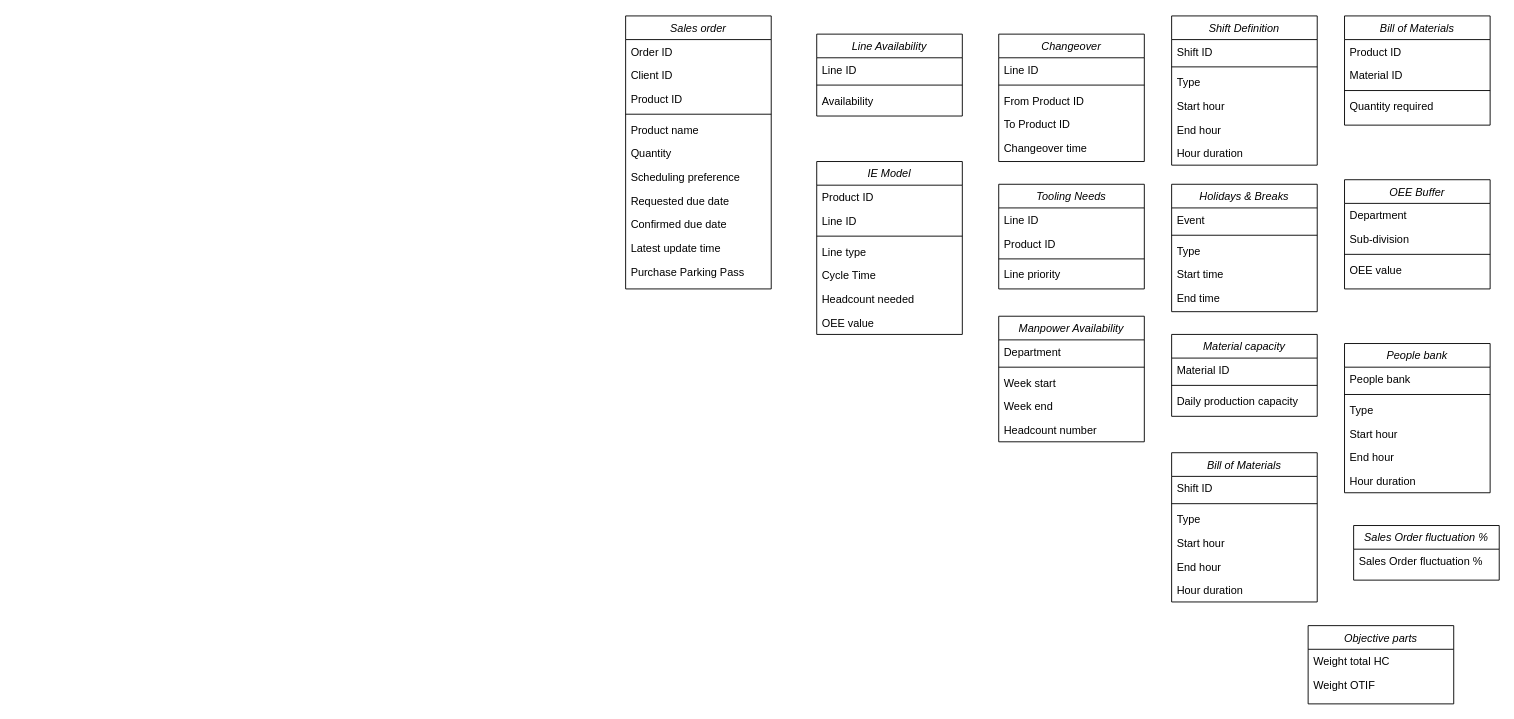
This is mpo_data_model.drawio from zxpeter/LeetCode, a draw.io file, before an edit. Source tidied: cells renumbered, new cells numbered last; positions are measured from the earlier drawing's top-left corner, leaving out a move shared by most shapes. Both pictures are drawn from the tidied source at 91%, with x=0, y=0 at pixel (625, 15).
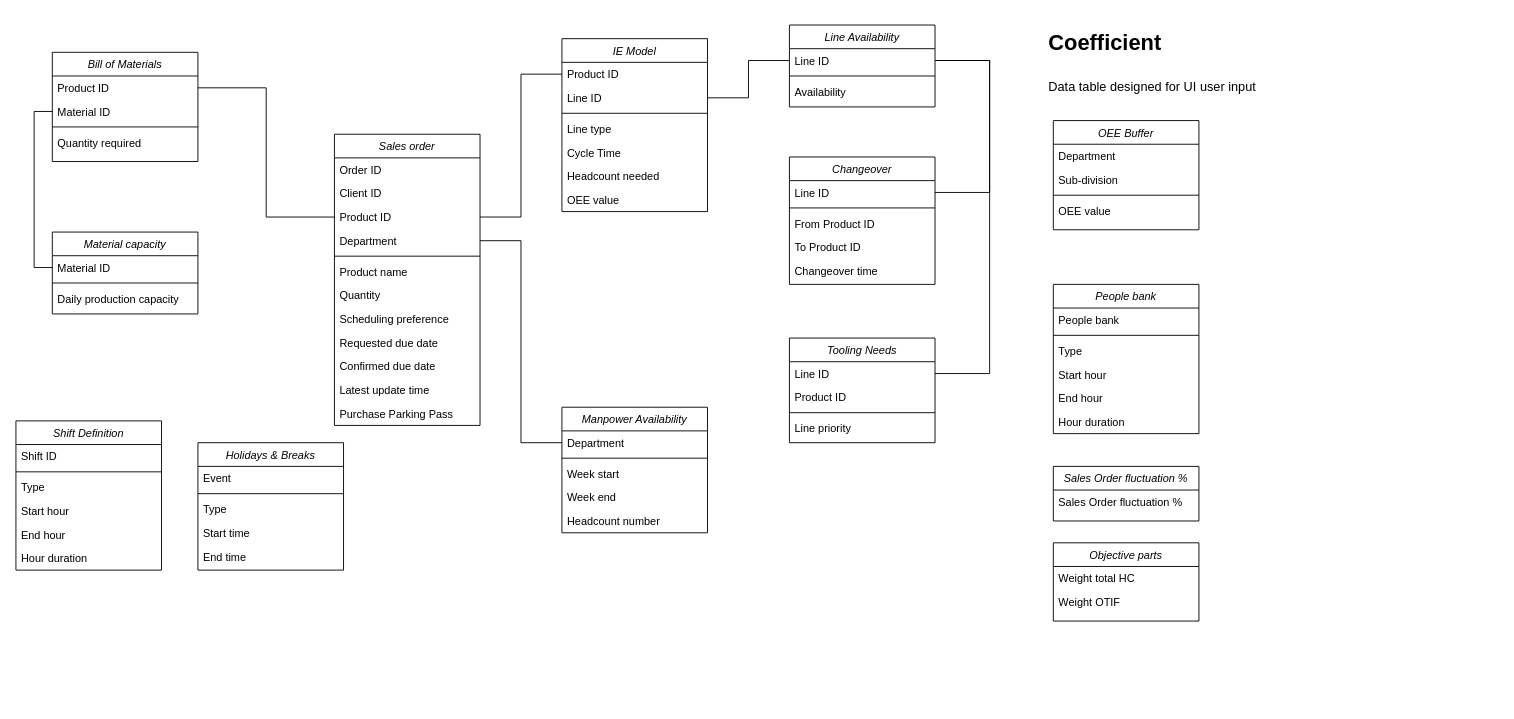
The same diagram, later.

Unchanged cells that the change refers to:
```xml
<mxCell id="15" value="Line ID" style="text;align=left;verticalAlign=top;spacingLeft=4;spacingRight=4;overflow=hidden;points=[[0,0.5],[1,0.5]];portConstraint=eastwest;" parent="14" vertex="1">
  <mxGeometry y="26" width="160" height="26" as="geometry" />
</mxCell>
<mxCell id="19" value="Product ID" style="text;align=left;verticalAlign=top;spacingLeft=4;spacingRight=4;overflow=hidden;points=[[0,0.5],[1,0.5]];portConstraint=eastwest;" parent="18" vertex="1">
  <mxGeometry y="26" width="160" height="26" as="geometry" />
</mxCell>
<mxCell id="20" value="Line ID" style="text;align=left;verticalAlign=top;spacingLeft=4;spacingRight=4;overflow=hidden;points=[[0,0.5],[1,0.5]];portConstraint=eastwest;" parent="18" vertex="1">
  <mxGeometry y="52" width="160" height="26" as="geometry" />
</mxCell>
<mxCell id="27" value="Line ID" style="text;align=left;verticalAlign=top;spacingLeft=4;spacingRight=4;overflow=hidden;points=[[0,0.5],[1,0.5]];portConstraint=eastwest;" parent="26" vertex="1">
  <mxGeometry y="26" width="160" height="26" as="geometry" />
</mxCell>
<mxCell id="33" value="Line ID" style="text;align=left;verticalAlign=top;spacingLeft=4;spacingRight=4;overflow=hidden;points=[[0,0.5],[1,0.5]];portConstraint=eastwest;" parent="32" vertex="1">
  <mxGeometry y="26" width="160" height="26" as="geometry" />
</mxCell>
<mxCell id="38" value="Department" style="text;align=left;verticalAlign=top;spacingLeft=4;spacingRight=4;overflow=hidden;points=[[0,0.5],[1,0.5]];portConstraint=eastwest;" parent="37" vertex="1">
  <mxGeometry y="26" width="160" height="26" as="geometry" />
</mxCell>
<mxCell id="57" value="Material ID" style="text;align=left;verticalAlign=top;spacingLeft=4;spacingRight=4;overflow=hidden;points=[[0,0.5],[1,0.5]];portConstraint=eastwest;" parent="56" vertex="1">
  <mxGeometry y="26" width="160" height="26" as="geometry" />
</mxCell>
<mxCell id="61" value="Product ID" style="text;align=left;verticalAlign=top;spacingLeft=4;spacingRight=4;overflow=hidden;points=[[0,0.5],[1,0.5]];portConstraint=eastwest;" parent="60" vertex="1">
  <mxGeometry y="26" width="160" height="26" as="geometry" />
</mxCell>
<mxCell id="62" value="Material ID" style="text;align=left;verticalAlign=top;spacingLeft=4;spacingRight=4;overflow=hidden;points=[[0,0.5],[1,0.5]];portConstraint=eastwest;" parent="60" vertex="1">
  <mxGeometry y="52" width="160" height="26" as="geometry" />
</mxCell>
```

What changed in the source:
```diff
@@
     <mxCell id="2" value="Sales order" style="swimlane;fontStyle=2;align=center;verticalAlign=top;horizontal=1;startSize=26;rounded=0;shadow=0;strokeWidth=1;" parent="1" vertex="1">
-      <mxGeometry width="160" height="300" as="geometry" />
+      <mxGeometry x="-320" y="130" width="160" height="320" as="geometry" />
     </mxCell>
@@
+    <mxCell id="89" value="Product ID" style="text;align=left;verticalAlign=top;spacingLeft=4;spacingRight=4;overflow=hidden;points=[[0,0.5],[1,0.5]];portConstraint=eastwest;rounded=0;shadow=0;html=0;" parent="2" vertex="1">
+      <mxGeometry y="78" width="160" height="26" as="geometry" />
+    </mxCell>
-    <mxCell id="5" value="Product ID" style="text;align=left;verticalAlign=top;spacingLeft=4;spacingRight=4;overflow=hidden;points=[[0,0.5],[1,0.5]];portConstraint=eastwest;rounded=0;shadow=0;html=0;" parent="2" vertex="1">
-      <mxGeometry y="78" width="160" height="26" as="geometry" />
+    <mxCell id="5" value="Department" style="text;align=left;verticalAlign=top;spacingLeft=4;spacingRight=4;overflow=hidden;points=[[0,0.5],[1,0.5]];portConstraint=eastwest;rounded=0;shadow=0;html=0;" parent="2" vertex="1">
+      <mxGeometry y="104" width="160" height="26" as="geometry" />
     </mxCell>
     <mxCell id="6" style="line;html=1;strokeWidth=1;align=left;verticalAlign=middle;spacingTop=-1;spacingLeft=3;spacingRight=3;labelPosition=right;" parent="2" vertex="1">
-      <mxGeometry y="104" width="160" height="8" as="geometry" />
+      <mxGeometry y="130" width="160" height="8" as="geometry" />
     </mxCell>
     <mxCell id="7" value="Product name" style="text;align=left;verticalAlign=top;spacingLeft=4;spacingRight=4;overflow=hidden;rounded=0;shadow=0;html=0;" parent="2" vertex="1">
-      <mxGeometry y="112" width="160" height="26" as="geometry" />
+      <mxGeometry y="138" width="160" height="26" as="geometry" />
     </mxCell>
     <mxCell id="8" value="Quantity" style="text;align=left;verticalAlign=top;spacingLeft=4;spacingRight=4;overflow=hidden;rounded=0;shadow=0;html=0;" parent="2" vertex="1">
-      <mxGeometry y="138" width="160" height="26" as="geometry" />
+      <mxGeometry y="164" width="160" height="26" as="geometry" />
     </mxCell>
     <mxCell id="9" value="Scheduling preference" style="text;align=left;verticalAlign=top;spacingLeft=4;spacingRight=4;overflow=hidden;rounded=0;shadow=0;html=0;" parent="2" vertex="1">
-      <mxGeometry y="164" width="160" height="26" as="geometry" />
+      <mxGeometry y="190" width="160" height="26" as="geometry" />
     </mxCell>
     <mxCell id="10" value="Requested due date" style="text;align=left;verticalAlign=top;spacingLeft=4;spacingRight=4;overflow=hidden;rounded=0;shadow=0;html=0;" parent="2" vertex="1">
-      <mxGeometry y="190" width="160" height="26" as="geometry" />
+      <mxGeometry y="216" width="160" height="26" as="geometry" />
     </mxCell>
     <mxCell id="11" value="Confirmed due date" style="text;align=left;verticalAlign=top;spacingLeft=4;spacingRight=4;overflow=hidden;rounded=0;shadow=0;html=0;" parent="2" vertex="1">
-      <mxGeometry y="216" width="160" height="26" as="geometry" />
+      <mxGeometry y="242" width="160" height="26" as="geometry" />
     </mxCell>
     <mxCell id="12" value="Latest update time" style="text;align=left;verticalAlign=top;spacingLeft=4;spacingRight=4;overflow=hidden;rounded=0;shadow=0;html=0;" parent="2" vertex="1">
-      <mxGeometry y="242" width="160" height="26" as="geometry" />
+      <mxGeometry y="268" width="160" height="26" as="geometry" />
     </mxCell>
     <mxCell id="13" value="Purchase Parking Pass" style="text;align=left;verticalAlign=top;spacingLeft=4;spacingRight=4;overflow=hidden;" parent="2" vertex="1">
-      <mxGeometry y="268" width="160" height="26" as="geometry" />
+      <mxGeometry y="294" width="160" height="26" as="geometry" />
     </mxCell>
     <mxCell id="14" value="Line Availability" style="swimlane;fontStyle=2;align=center;verticalAlign=top;horizontal=1;startSize=26;rounded=0;shadow=0;strokeWidth=1;" parent="1" vertex="1">
-      <mxGeometry x="210" y="20" width="160" height="90" as="geometry" />
+      <mxGeometry x="180" y="10" width="160" height="90" as="geometry" />
     </mxCell>
@@
     <mxCell id="18" value="IE Model" style="swimlane;fontStyle=2;align=center;verticalAlign=top;horizontal=1;startSize=26;rounded=0;shadow=0;strokeWidth=1;" parent="1" vertex="1">
-      <mxGeometry x="210" y="160" width="160" height="190" as="geometry" />
+      <mxGeometry x="-70" y="25" width="160" height="190" as="geometry" />
     </mxCell>
@@
     <mxCell id="26" value="Changeover" style="swimlane;fontStyle=2;align=center;verticalAlign=top;horizontal=1;startSize=26;rounded=0;shadow=0;strokeWidth=1;" parent="1" vertex="1">
-      <mxGeometry x="410" y="20" width="160" height="140" as="geometry" />
+      <mxGeometry x="180" y="155" width="160" height="140" as="geometry" />
     </mxCell>
@@
     <mxCell id="32" value="Tooling Needs" style="swimlane;fontStyle=2;align=center;verticalAlign=top;horizontal=1;startSize=26;rounded=0;shadow=0;strokeWidth=1;" parent="1" vertex="1">
-      <mxGeometry x="410" y="185" width="160" height="115" as="geometry" />
+      <mxGeometry x="180" y="354" width="160" height="115" as="geometry" />
     </mxCell>
@@
     <mxCell id="37" value="Manpower Availability" style="swimlane;fontStyle=2;align=center;verticalAlign=top;horizontal=1;startSize=26;rounded=0;shadow=0;strokeWidth=1;" parent="1" vertex="1">
-      <mxGeometry x="410" y="330" width="160" height="138" as="geometry" />
+      <mxGeometry x="-70" y="430" width="160" height="138" as="geometry" />
     </mxCell>
@@
     <mxCell id="43" value="Shift Definition" style="swimlane;fontStyle=2;align=center;verticalAlign=top;horizontal=1;startSize=26;rounded=0;shadow=0;strokeWidth=1;" parent="1" vertex="1">
-      <mxGeometry x="600" width="160" height="164" as="geometry" />
+      <mxGeometry x="-670" y="445" width="160" height="164" as="geometry" />
     </mxCell>
@@
     <mxCell id="50" value="Holidays &amp; Breaks" style="swimlane;fontStyle=2;align=center;verticalAlign=top;horizontal=1;startSize=26;rounded=0;shadow=0;strokeWidth=1;" parent="1" vertex="1">
-      <mxGeometry x="600" y="185" width="160" height="140" as="geometry" />
+      <mxGeometry x="-470" y="469" width="160" height="140" as="geometry" />
     </mxCell>
@@
     <mxCell id="56" value="Material capacity" style="swimlane;fontStyle=2;align=center;verticalAlign=top;horizontal=1;startSize=26;rounded=0;shadow=0;strokeWidth=1;" parent="1" vertex="1">
-      <mxGeometry x="600" y="350" width="160" height="90" as="geometry" />
+      <mxGeometry x="-630" y="237.5" width="160" height="90" as="geometry" />
     </mxCell>
@@
     <mxCell id="60" value="Bill of Materials" style="swimlane;fontStyle=2;align=center;verticalAlign=top;horizontal=1;startSize=26;rounded=0;shadow=0;strokeWidth=1;" parent="1" vertex="1">
-      <mxGeometry x="790" width="160" height="120" as="geometry" />
+      <mxGeometry x="-630" y="40" width="160" height="120" as="geometry" />
     </mxCell>
@@
     <mxCell id="65" value="OEE Buffer" style="swimlane;fontStyle=2;align=center;verticalAlign=top;horizontal=1;startSize=26;rounded=0;shadow=0;strokeWidth=1;" parent="1" vertex="1">
-      <mxGeometry x="790" y="180" width="160" height="120" as="geometry" />
+      <mxGeometry x="470" y="115" width="160" height="120" as="geometry" />
     </mxCell>
@@
     <mxCell id="70" value="People bank" style="swimlane;fontStyle=2;align=center;verticalAlign=top;horizontal=1;startSize=26;rounded=0;shadow=0;strokeWidth=1;" parent="1" vertex="1">
-      <mxGeometry x="790" y="360" width="160" height="164" as="geometry" />
+      <mxGeometry x="470" y="295" width="160" height="164" as="geometry" />
     </mxCell>
@@
-    <mxCell id="77" value="Bill of Materials" style="swimlane;fontStyle=2;align=center;verticalAlign=top;horizontal=1;startSize=26;rounded=0;shadow=0;strokeWidth=1;" parent="1" vertex="1">
-      <mxGeometry x="600" y="480" width="160" height="164" as="geometry" />
-    </mxCell>
-    <mxCell id="78" value="Shift ID" style="text;align=left;verticalAlign=top;spacingLeft=4;spacingRight=4;overflow=hidden;" parent="77" vertex="1">
-      <mxGeometry y="26" width="160" height="26" as="geometry" />
-    </mxCell>
-    <mxCell id="79" style="line;html=1;strokeWidth=1;align=left;verticalAlign=middle;spacingTop=-1;spacingLeft=3;spacingRight=3;labelPosition=right;" parent="77" vertex="1">
-      <mxGeometry y="52" width="160" height="8" as="geometry" />
-    </mxCell>
-    <mxCell id="80" value="Type" style="text;align=left;verticalAlign=top;spacingLeft=4;spacingRight=4;overflow=hidden;rounded=0;shadow=0;html=0;" parent="77" vertex="1">
-      <mxGeometry y="60" width="160" height="26" as="geometry" />
-    </mxCell>
-    <mxCell id="81" value="Start hour" style="text;align=left;verticalAlign=top;spacingLeft=4;spacingRight=4;overflow=hidden;rounded=0;shadow=0;html=0;" parent="77" vertex="1">
-      <mxGeometry y="86" width="160" height="26" as="geometry" />
-    </mxCell>
-    <mxCell id="82" value="End hour" style="text;align=left;verticalAlign=top;spacingLeft=4;spacingRight=4;overflow=hidden;rounded=0;shadow=0;html=0;" parent="77" vertex="1">
-      <mxGeometry y="112" width="160" height="26" as="geometry" />
-    </mxCell>
-    <mxCell id="83" value="Hour duration" style="text;align=left;verticalAlign=top;spacingLeft=4;spacingRight=4;overflow=hidden;rounded=0;shadow=0;html=0;" parent="77" vertex="1">
-      <mxGeometry y="138" width="160" height="26" as="geometry" />
-    </mxCell>
     <mxCell id="84" value="Objective parts" style="swimlane;fontStyle=2;align=center;verticalAlign=top;horizontal=1;startSize=26;rounded=0;shadow=0;strokeWidth=1;" parent="1" vertex="1">
-      <mxGeometry x="750" y="670" width="160" height="86" as="geometry" />
+      <mxGeometry x="470" y="579" width="160" height="86" as="geometry" />
     </mxCell>
@@
     <mxCell id="87" value="Sales Order fluctuation %" style="swimlane;fontStyle=2;align=center;verticalAlign=top;horizontal=1;startSize=26;rounded=0;shadow=0;strokeWidth=1;" parent="1" vertex="1">
-      <mxGeometry x="800" y="560" width="160" height="60" as="geometry" />
+      <mxGeometry x="470" y="495" width="160" height="60" as="geometry" />
     </mxCell>
@@
+    <mxCell id="90" value="&lt;h1&gt;&lt;span&gt;Coefficient&amp;nbsp;&lt;/span&gt;&lt;/h1&gt;&lt;h1&gt;&lt;span style=&quot;font-weight: normal&quot;&gt;&lt;font style=&quot;font-size: 14px&quot;&gt;Data table designed for UI user input&lt;/font&gt;&lt;/span&gt;&lt;br&gt;&lt;/h1&gt;" style="text;html=1;strokeColor=none;fillColor=none;spacing=5;spacingTop=-20;whiteSpace=wrap;overflow=hidden;rounded=0;" parent="1" vertex="1">
+      <mxGeometry x="460" y="10" width="269" height="80" as="geometry" />
+    </mxCell>
+    <mxCell id="91" style="edgeStyle=orthogonalEdgeStyle;rounded=0;jettySize=auto;elbow=vertical;html=1;exitX=0;exitY=0.5;exitDx=0;exitDy=0;entryX=0;entryY=0.5;entryDx=0;entryDy=0;endArrow=none;endFill=0;" parent="1" edge="1" source="62" target="57">
+      <mxGeometry relative="1" as="geometry" />
+    </mxCell>
+    <mxCell id="92" style="edgeStyle=orthogonalEdgeStyle;rounded=0;jettySize=auto;html=1;exitX=1;exitY=0.5;exitDx=0;exitDy=0;entryX=0;entryY=0.5;entryDx=0;entryDy=0;endArrow=none;endFill=0;" parent="1" edge="1" source="89" target="19">
+      <mxGeometry relative="1" as="geometry" />
+    </mxCell>
+    <mxCell id="93" style="edgeStyle=orthogonalEdgeStyle;rounded=0;jettySize=auto;html=1;exitX=1;exitY=0.5;exitDx=0;exitDy=0;entryX=0;entryY=0.5;entryDx=0;entryDy=0;endArrow=none;endFill=0;" parent="1" edge="1" source="20" target="15">
+      <mxGeometry relative="1" as="geometry" />
+    </mxCell>
+    <mxCell id="94" style="edgeStyle=orthogonalEdgeStyle;rounded=0;jettySize=auto;html=1;exitX=1;exitY=0.5;exitDx=0;exitDy=0;entryX=1;entryY=0.5;entryDx=0;entryDy=0;endArrow=none;endFill=0;" parent="1" edge="1" source="15" target="27">
+      <mxGeometry relative="1" as="geometry">
+        <Array as="points">
+          <mxPoint x="400" y="49" />
+          <mxPoint x="400" y="194" />
+        </Array>
+      </mxGeometry>
+    </mxCell>
+    <mxCell id="95" style="edgeStyle=orthogonalEdgeStyle;rounded=0;jettySize=auto;html=1;exitX=1;exitY=0.5;exitDx=0;exitDy=0;entryX=1;entryY=0.5;entryDx=0;entryDy=0;endArrow=none;endFill=0;" parent="1" edge="1" source="15" target="33">
+      <mxGeometry relative="1" as="geometry">
+        <Array as="points">
+          <mxPoint x="400" y="49" />
+          <mxPoint x="400" y="393" />
+        </Array>
+      </mxGeometry>
+    </mxCell>
+    <mxCell id="96" style="edgeStyle=orthogonalEdgeStyle;rounded=0;jettySize=auto;html=1;exitX=1;exitY=0.5;exitDx=0;exitDy=0;entryX=0;entryY=0.5;entryDx=0;entryDy=0;endArrow=none;endFill=0;" parent="1" edge="1" source="5" target="38">
+      <mxGeometry relative="1" as="geometry" />
+    </mxCell>
+    <mxCell id="97" style="edgeStyle=orthogonalEdgeStyle;rounded=0;jettySize=auto;html=1;exitX=0;exitY=0.5;exitDx=0;exitDy=0;entryX=1;entryY=0.5;entryDx=0;entryDy=0;endArrow=none;endFill=0;" parent="1" edge="1" source="89" target="61">
+      <mxGeometry relative="1" as="geometry" />
+    </mxCell>
```
